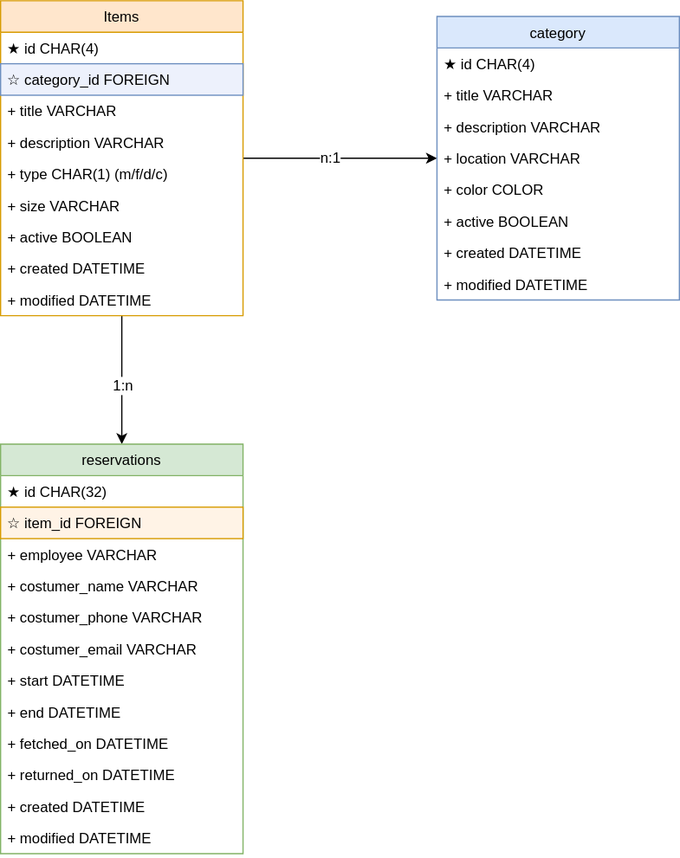
Before: draw.io/dbstructure.svg, a diagram exported from draw.io (Lustiges-aus-dem-Computer/Gaidaros). Source tidied: cells renumbered, new cells last; positions are measured from the earlier drawing's top-left corner, leaving out a move shared by most shapes.
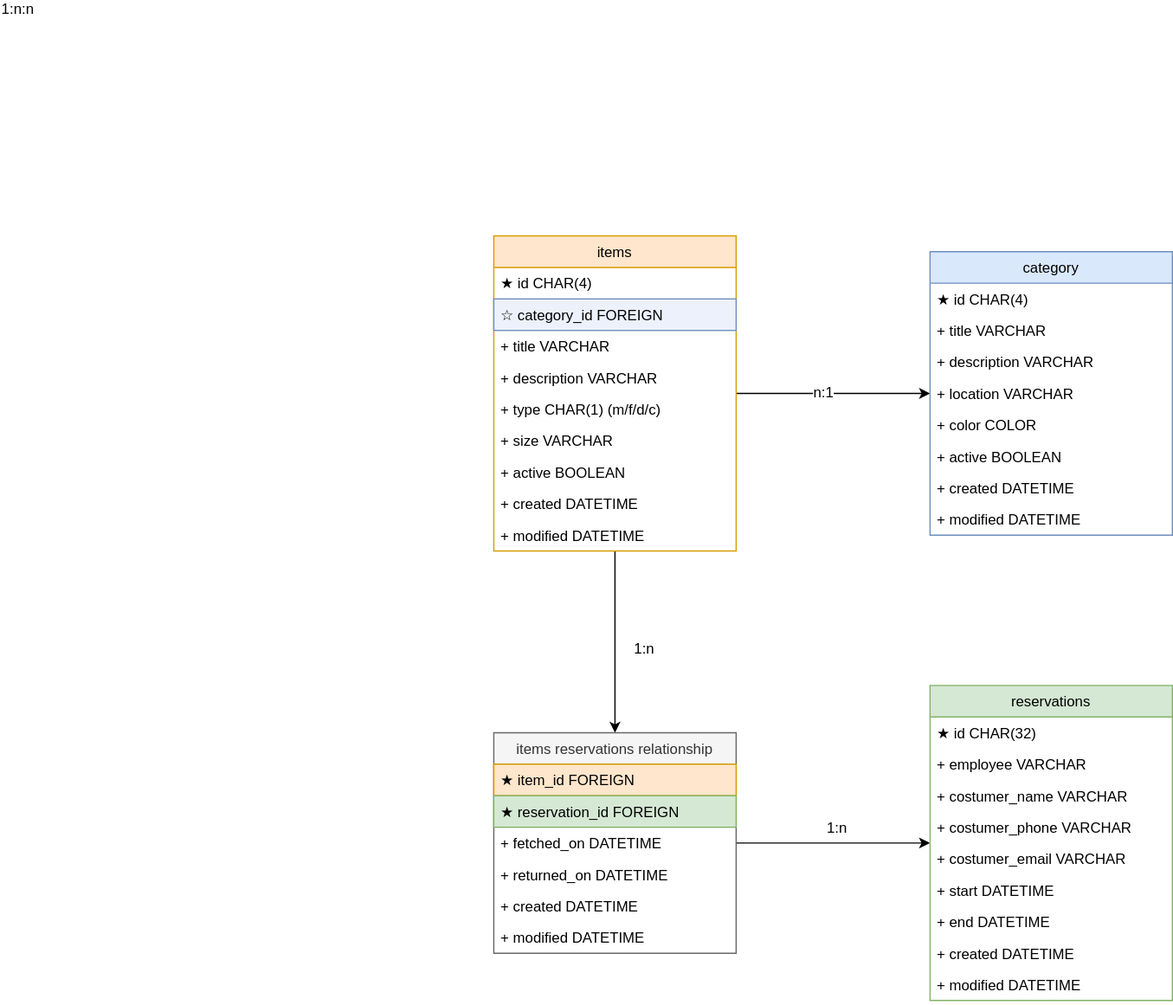
After the change.

What changed in the source:
```diff
@@ -8,15 +8,23 @@
     <mxCell id="3" value="n:1" style="text;html=1;align=center;verticalAlign=middle;labelBackgroundColor=#ffffff;" parent="2" vertex="1">
       <mxGeometry x="-0.12" y="1" relative="1" as="geometry" />
     </mxCell>
-    <mxCell id="4" style="edgeStyle=orthogonalEdgeStyle;rounded=0;jettySize=auto;html=1;" parent="1" edge="1" source="6" target="16">
+    <mxCell id="4" style="edgeStyle=orthogonalEdgeStyle;rounded=0;jettySize=auto;html=1;exitX=1;exitY=0.5;exitDx=0;exitDy=0;" parent="1" edge="1" source="25" target="16">
       <mxGeometry relative="1" as="geometry" />
     </mxCell>
     <mxCell id="5" value="1:n" style="text;html=1;align=center;verticalAlign=middle;labelBackgroundColor=#ffffff;" parent="4" vertex="1">
       <mxGeometry x="0.86" y="3" relative="1" as="geometry">
-        <mxPoint x="-3" y="-40.2" as="offset" />
+        <mxPoint x="-67" y="-10" as="offset" />
       </mxGeometry>
     </mxCell>
+    <mxCell id="38" style="edgeStyle=orthogonalEdgeStyle;rounded=0;jettySize=auto;html=1;" parent="1" edge="1" source="6" target="39">
+      <mxGeometry relative="1" as="geometry">
+        <Array as="points">
+          <mxPoint x="100" y="330" />
+          <mxPoint x="100" y="330" />
+        </Array>
+      </mxGeometry>
+    </mxCell>
-    <mxCell id="6" value="Items" style="swimlane;fontStyle=0;horizontal=1;startSize=26;fillColor=#ffe6cc;strokeColor=#d79b00;" parent="1" vertex="1">
+    <mxCell id="6" value="items" style="swimlane;fontStyle=0;horizontal=1;startSize=26;fillColor=#ffe6cc;strokeColor=#d79b00;" parent="1" vertex="1">
       <mxGeometry width="200" height="260" as="geometry" />
     </mxCell>
     <mxCell id="7" value="★ id CHAR(4)" style="text;strokeColor=none;fillColor=none;align=left;verticalAlign=top;spacingLeft=4;spacingRight=4;overflow=hidden;" parent="6" vertex="1">
@@ -46,44 +54,56 @@
     <mxCell id="15" value="+ modified DATETIME" style="text;strokeColor=none;fillColor=none;align=left;verticalAlign=top;spacingLeft=4;spacingRight=4;overflow=hidden;" parent="6" vertex="1">
       <mxGeometry y="234" width="200" height="26" as="geometry" />
     </mxCell>
+    <mxCell id="39" value="items reservations relationship" style="swimlane;fontStyle=0;horizontal=1;startSize=26;fillColor=#f5f5f5;strokeColor=#666666;fontColor=#333333;" parent="1" vertex="1">
+      <mxGeometry y="410" width="200" height="182" as="geometry" />
+    </mxCell>
+    <mxCell id="40" value="★ item_id FOREIGN" style="text;align=left;verticalAlign=top;spacingLeft=4;spacingRight=4;overflow=hidden;fillColor=#ffe6cc;strokeColor=#d79b00;" parent="39" vertex="1">
+      <mxGeometry y="26" width="200" height="26" as="geometry" />
+    </mxCell>
+    <mxCell id="41" value="★ reservation_id FOREIGN" style="text;align=left;verticalAlign=top;spacingLeft=4;spacingRight=4;overflow=hidden;fillColor=#d5e8d4;strokeColor=#82b366;" parent="39" vertex="1">
+      <mxGeometry y="52" width="200" height="26" as="geometry" />
+    </mxCell>
+    <mxCell id="25" value="+ fetched_on DATETIME" style="text;strokeColor=none;fillColor=none;align=left;verticalAlign=top;spacingLeft=4;spacingRight=4;overflow=hidden;points=[[0,0.5],[1,0.5]];portConstraint=eastwest;" parent="39" vertex="1">
+      <mxGeometry y="78" width="200" height="26" as="geometry" />
+    </mxCell>
+    <mxCell id="26" value="+ returned_on DATETIME" style="text;strokeColor=none;fillColor=none;align=left;verticalAlign=top;spacingLeft=4;spacingRight=4;overflow=hidden;" parent="39" vertex="1">
+      <mxGeometry y="104" width="200" height="26" as="geometry" />
+    </mxCell>
+    <mxCell id="42" value="+ created DATETIME" style="text;strokeColor=none;fillColor=none;align=left;verticalAlign=top;spacingLeft=4;spacingRight=4;overflow=hidden;" parent="39" vertex="1">
+      <mxGeometry y="130" width="200" height="26" as="geometry" />
+    </mxCell>
+    <mxCell id="43" value="+ modified DATETIME" style="text;strokeColor=none;fillColor=none;align=left;verticalAlign=top;spacingLeft=4;spacingRight=4;overflow=hidden;" parent="39" vertex="1">
+      <mxGeometry y="156" width="200" height="26" as="geometry" />
+    </mxCell>
     <mxCell id="16" value="reservations" style="swimlane;fontStyle=0;horizontal=1;startSize=26;fillColor=#d5e8d4;strokeColor=#82b366;" parent="1" vertex="1">
-      <mxGeometry y="366" width="200" height="338" as="geometry" />
+      <mxGeometry x="360" y="371" width="200" height="260" as="geometry" />
     </mxCell>
     <mxCell id="17" value="★ id CHAR(32)" style="text;strokeColor=none;fillColor=none;align=left;verticalAlign=top;spacingLeft=4;spacingRight=4;overflow=hidden;" parent="16" vertex="1">
       <mxGeometry y="26" width="200" height="26" as="geometry" />
     </mxCell>
-    <mxCell id="18" value="☆ item_id FOREIGN" style="text;align=left;verticalAlign=top;spacingLeft=4;spacingRight=4;overflow=hidden;fillColor=#FFF3E6;strokeColor=#d79b00;" parent="16" vertex="1">
-      <mxGeometry y="52" width="200" height="26" as="geometry" />
-    </mxCell>
     <mxCell id="19" value="+ employee VARCHAR" style="text;strokeColor=none;fillColor=none;align=left;verticalAlign=top;spacingLeft=4;spacingRight=4;overflow=hidden;" parent="16" vertex="1">
-      <mxGeometry y="78" width="200" height="26" as="geometry" />
+      <mxGeometry y="52" width="200" height="26" as="geometry" />
     </mxCell>
     <mxCell id="20" value="+ costumer_name VARCHAR" style="text;strokeColor=none;fillColor=none;align=left;verticalAlign=top;spacingLeft=4;spacingRight=4;overflow=hidden;" parent="16" vertex="1">
-      <mxGeometry y="104" width="200" height="26" as="geometry" />
+      <mxGeometry y="78" width="200" height="26" as="geometry" />
     </mxCell>
     <mxCell id="21" value="+ costumer_phone VARCHAR" style="text;strokeColor=none;fillColor=none;align=left;verticalAlign=top;spacingLeft=4;spacingRight=4;overflow=hidden;" parent="16" vertex="1">
-      <mxGeometry y="130" width="200" height="26" as="geometry" />
+      <mxGeometry y="104" width="200" height="26" as="geometry" />
     </mxCell>
     <mxCell id="22" value="+ costumer_email VARCHAR" style="text;strokeColor=none;fillColor=none;align=left;verticalAlign=top;spacingLeft=4;spacingRight=4;overflow=hidden;" parent="16" vertex="1">
-      <mxGeometry y="156" width="200" height="26" as="geometry" />
+      <mxGeometry y="130" width="200" height="26" as="geometry" />
     </mxCell>
     <mxCell id="23" value="+ start DATETIME" style="text;strokeColor=none;fillColor=none;align=left;verticalAlign=top;spacingLeft=4;spacingRight=4;overflow=hidden;" parent="16" vertex="1">
-      <mxGeometry y="182" width="200" height="26" as="geometry" />
+      <mxGeometry y="156" width="200" height="26" as="geometry" />
     </mxCell>
     <mxCell id="24" value="+ end DATETIME" style="text;strokeColor=none;fillColor=none;align=left;verticalAlign=top;spacingLeft=4;spacingRight=4;overflow=hidden;" parent="16" vertex="1">
-      <mxGeometry y="208" width="200" height="26" as="geometry" />
+      <mxGeometry y="182" width="200" height="26" as="geometry" />
     </mxCell>
-    <mxCell id="25" value="+ fetched_on DATETIME" style="text;strokeColor=none;fillColor=none;align=left;verticalAlign=top;spacingLeft=4;spacingRight=4;overflow=hidden;points=[[0,0.5],[1,0.5]];portConstraint=eastwest;" parent="16" vertex="1">
-      <mxGeometry y="234" width="200" height="26" as="geometry" />
-    </mxCell>
-    <mxCell id="26" value="+ returned_on DATETIME" style="text;strokeColor=none;fillColor=none;align=left;verticalAlign=top;spacingLeft=4;spacingRight=4;overflow=hidden;" parent="16" vertex="1">
-      <mxGeometry y="260" width="200" height="26" as="geometry" />
-    </mxCell>
     <mxCell id="27" value="+ created DATETIME" style="text;strokeColor=none;fillColor=none;align=left;verticalAlign=top;spacingLeft=4;spacingRight=4;overflow=hidden;" parent="16" vertex="1">
-      <mxGeometry y="286" width="200" height="26" as="geometry" />
+      <mxGeometry y="208" width="200" height="26" as="geometry" />
     </mxCell>
     <mxCell id="28" value="+ modified DATETIME" style="text;strokeColor=none;fillColor=none;align=left;verticalAlign=top;spacingLeft=4;spacingRight=4;overflow=hidden;" parent="16" vertex="1">
-      <mxGeometry y="312" width="200" height="26" as="geometry" />
+      <mxGeometry y="234" width="200" height="26" as="geometry" />
     </mxCell>
     <mxCell id="29" value="category" style="swimlane;fontStyle=0;horizontal=1;startSize=26;fillColor=#dae8fc;strokeColor=#6c8ebf;" parent="1" vertex="1">
       <mxGeometry x="360" y="13" width="200" height="234" as="geometry" />
@@ -112,5 +132,20 @@
     <mxCell id="37" value="+ modified DATETIME" style="text;strokeColor=none;fillColor=none;align=left;verticalAlign=top;spacingLeft=4;spacingRight=4;overflow=hidden;" parent="29" vertex="1">
       <mxGeometry y="208" width="200" height="26" as="geometry" />
     </mxCell>
+    <mxCell id="44" value="1:n" style="text;html=1;align=center;verticalAlign=middle;labelBackgroundColor=#ffffff;" parent="1" vertex="1">
+      <mxGeometry x="0.86" y="3" relative="1" as="geometry">
+        <mxPoint x="-229" y="-168" as="offset" />
+      </mxGeometry>
+    </mxCell>
+    <mxCell id="45" value="1:n" style="text;html=1;align=center;verticalAlign=middle;labelBackgroundColor=#ffffff;" parent="1" vertex="1">
+      <mxGeometry x="0.86" y="3" relative="1" as="geometry">
+        <mxPoint x="-239" y="-168" as="offset" />
+      </mxGeometry>
+    </mxCell>
+    <mxCell id="46" value="1:n" style="text;html=1;align=center;verticalAlign=middle;labelBackgroundColor=#ffffff;" parent="1" vertex="1">
+      <mxGeometry x="190" y="350" as="geometry">
+        <mxPoint x="-67" y="-10" as="offset" />
+      </mxGeometry>
+    </mxCell>
   </root>
 </mxGraphModel>
```
